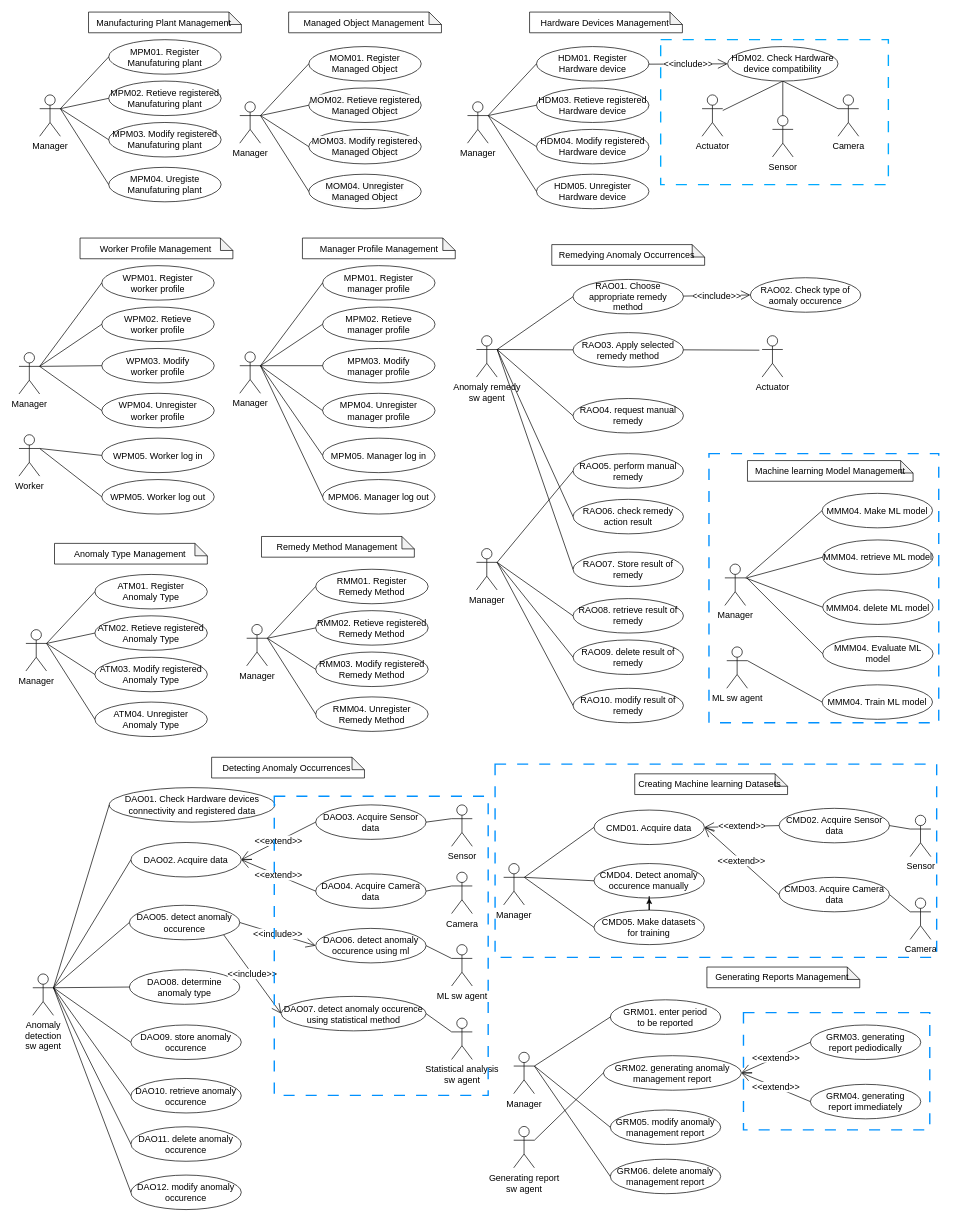
Earlier version of the draw.io diagram usecase_diagram_refine2.drawio (ShineSoYoung/TEST). Source tidied: cells renumbered, new cells numbered last; positions are measured from the earlier drawing's top-left corner, leaving out a move shared by most shapes. Both pictures are drawn from the tidied source at 69%, with x=0, y=0 at pixel (19, 12).
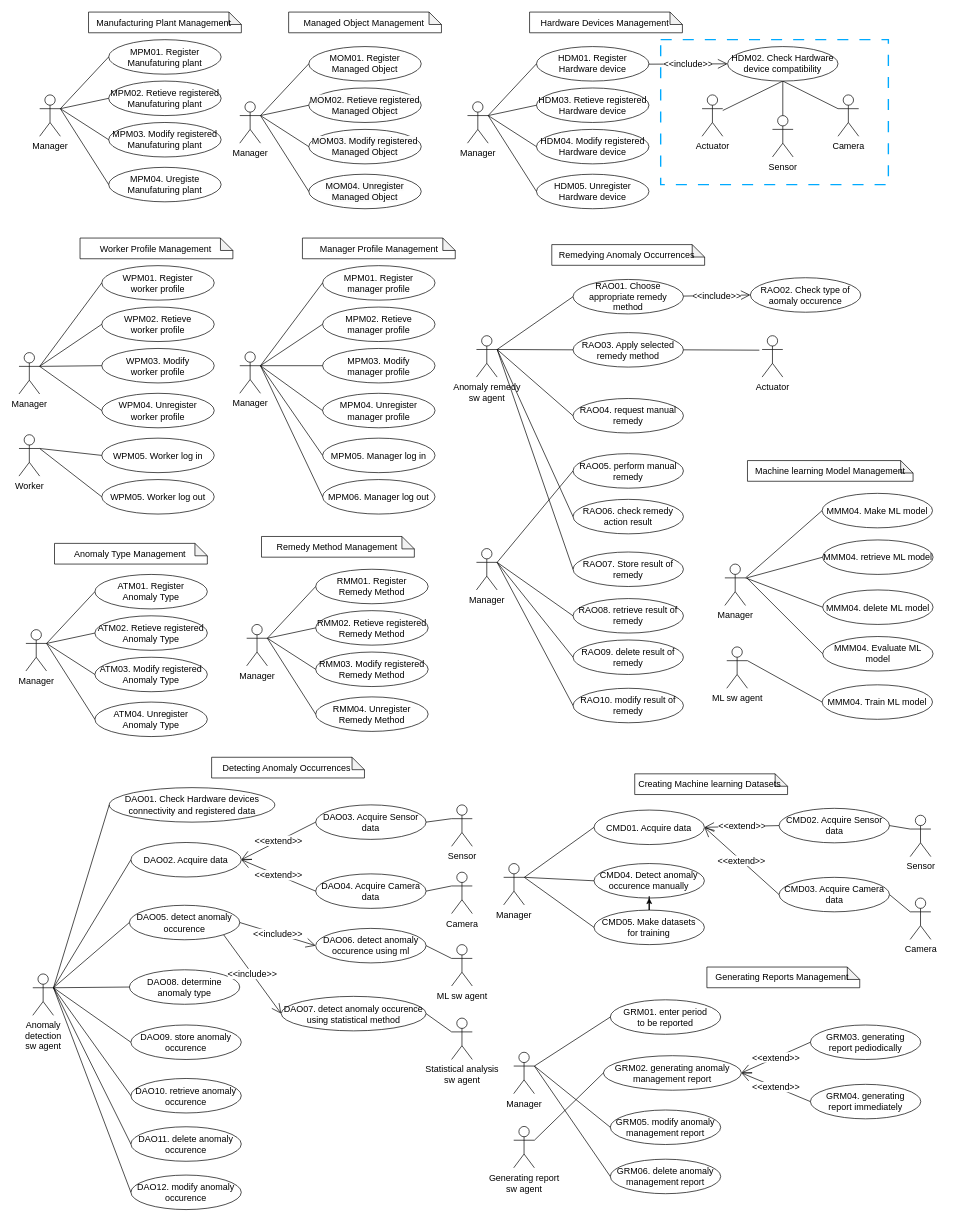
The same diagram, later.

The change refers to these unchanged cells:
```xml
<mxCell id="55" style="group;fontSize=13;" parent="1" vertex="1">
  <mxGeometry x="593" y="320" width="771.8" height="710" as="geometry" />
</mxCell>
<mxCell id="160" style="group;fontSize=13;" parent="1" vertex="1">
  <mxGeometry x="10" y="1050" width="960" height="671.5" as="geometry" />
</mxCell>
```

Diff of the diagram source:
```diff
@@
-    <mxCell id="95" style="rounded=0;whiteSpace=wrap;html=1;fillColor=none;dashed=1;dashPattern=8 8;strokeColor=#0091ff;strokeWidth=2;" parent="55" vertex="1">
-      <mxGeometry x="407" y="320" width="333" height="390" as="geometry" />
-    </mxCell>
@@
-    <mxCell id="195" style="rounded=0;whiteSpace=wrap;html=1;fillColor=none;dashed=1;dashPattern=8 8;strokeColor=#0091ff;strokeWidth=2;" parent="160" vertex="1">
-      <mxGeometry x="360" y="86.5" width="310" height="433.5" as="geometry" />
-    </mxCell>
@@
-    <mxCell id="207" style="rounded=0;whiteSpace=wrap;html=1;fillColor=none;dashed=1;dashPattern=8 8;strokeColor=#0091ff;strokeWidth=2;" parent="1" vertex="1">
-      <mxGeometry x="690" y="1090" width="640" height="280" as="geometry" />
-    </mxCell>
@@
-    <mxCell id="209" style="rounded=0;whiteSpace=wrap;html=1;fillColor=none;dashed=1;dashPattern=8 8;strokeColor=#0091ff;strokeWidth=2;" parent="1" vertex="1">
-      <mxGeometry x="1050" y="1450" width="270" height="170" as="geometry" />
-    </mxCell>
```
